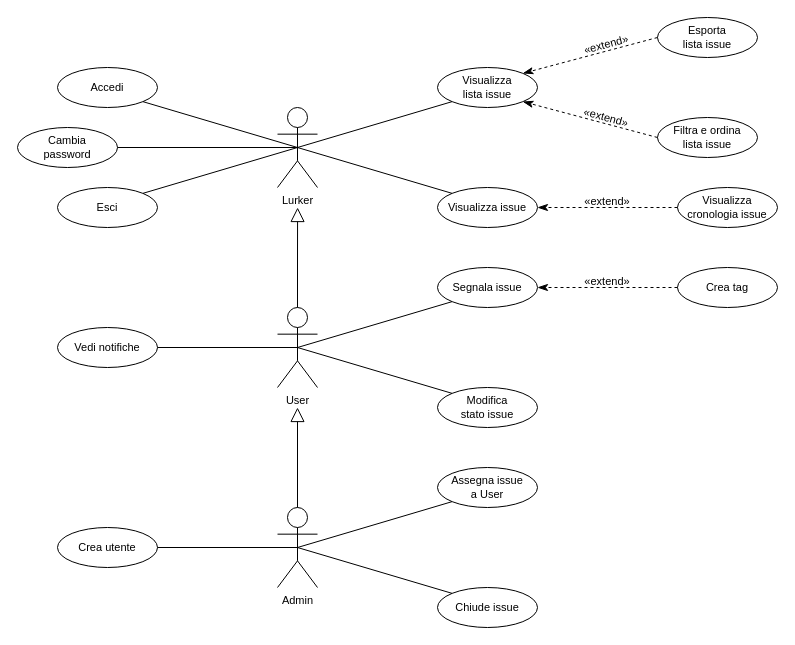
Earlier version of the draw.io diagram page "complete_use_case_diagram" (1 of 17) of Documentazione/use_cases/drawio/use_case_complete_diagram.drawio (Alessandro-uni/BugBoard26). Source tidied: cells renumbered, new cells numbered last; positions are measured from the earlier drawing's top-left corner, leaving out a move shared by most shapes. Both pictures are drawn from the tidied source at 100%, with x=0, y=0 at pixel (17, 17).
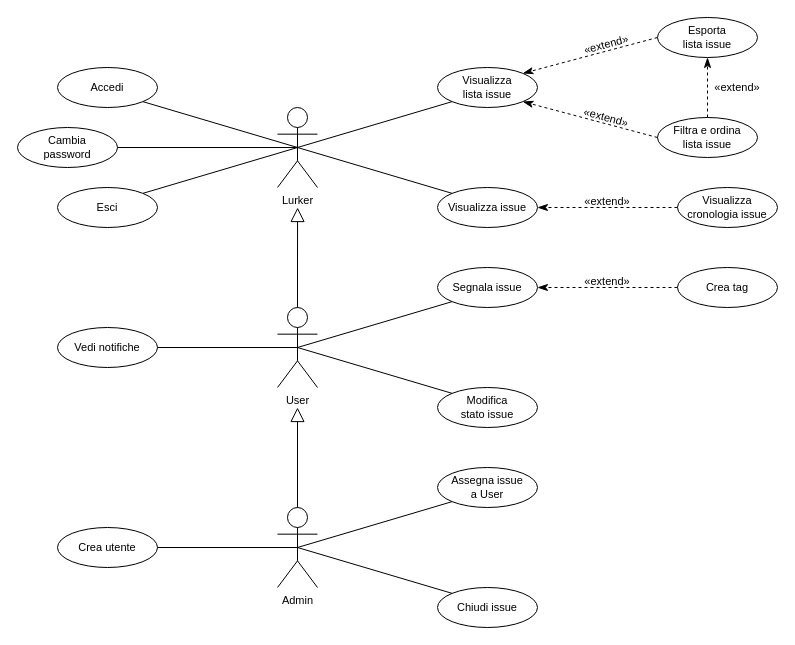
After the change.

Commit message (it also covers changes not shown here):
cockburn and use cases (to complete still)

Unchanged cells that the change refers to:
```xml
<mxCell id="23" value="Esporta&lt;div&gt;lista issue&lt;/div&gt;" style="ellipse;whiteSpace=wrap;html=1;align=center;fontStyle=0;fontSize=11;labelBackgroundColor=none;fillColor=none;" parent="1" vertex="1">
  <mxGeometry x="640" width="100" height="40" as="geometry" />
</mxCell>
<mxCell id="25" value="Filtra e ordina&lt;br&gt;lista issue" style="ellipse;whiteSpace=wrap;html=1;align=center;fontStyle=0;fontSize=11;labelBackgroundColor=none;fillColor=none;" parent="1" vertex="1">
  <mxGeometry x="640" y="100" width="100" height="40" as="geometry" />
</mxCell>
```

Diff of the diagram source:
```diff
@@
-    <mxCell id="38" value="Chiude issue" style="ellipse;whiteSpace=wrap;html=1;align=center;fontStyle=0;fontSize=11;labelBackgroundColor=none;fillColor=none;" parent="1" vertex="1">
+    <mxCell id="38" value="Chiudi issue" style="ellipse;whiteSpace=wrap;html=1;align=center;fontStyle=0;fontSize=11;labelBackgroundColor=none;fillColor=none;" parent="1" vertex="1">
       <mxGeometry x="420" y="570" width="100" height="40" as="geometry" />
     </mxCell>
@@
+    <mxCell id="41" style="rounded=0;jettySize=auto;html=1;exitX=0.5;exitY=0;exitDx=0;exitDy=0;entryX=0.5;entryY=1;entryDx=0;entryDy=0;fontStyle=0;fontSize=11;dashed=1;labelBackgroundColor=default;endArrow=classicThin;endFill=1;endSize=8;" parent="1" edge="1" source="25" target="23">
+      <mxGeometry x="-0.22" y="-17" relative="1" as="geometry" />
+    </mxCell>
+    <mxCell id="42" value="«extend» " style="text;html=1;whiteSpace=wrap;align=center;verticalAlign=middle;rounded=0;fontStyle=0;rotation=0;fontSize=11;labelBackgroundColor=none;" parent="1" vertex="1">
+      <mxGeometry x="690" y="55" width="60" height="30" as="geometry" />
+    </mxCell>
```
